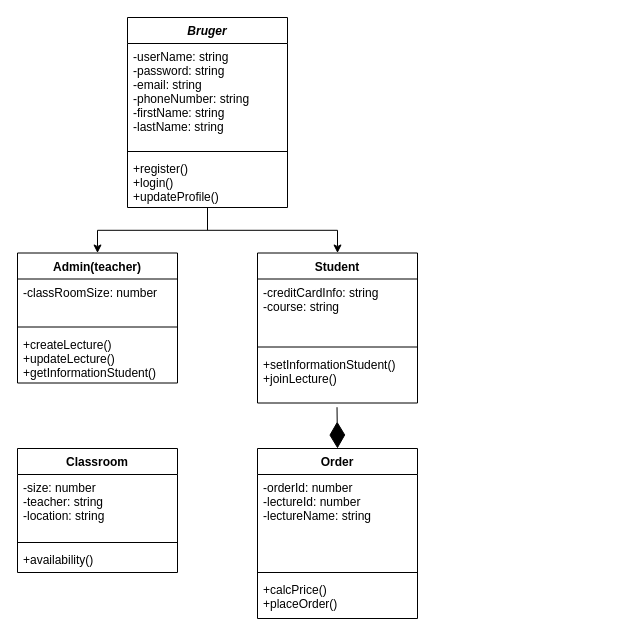
Before: Untitled Diagram.drawio in Niklas107/Gruppeprojekt-1, a draw.io diagram. Source tidied: cells renumbered, new cells numbered last; positions are measured from the earlier drawing's top-left corner, leaving out a move shared by most shapes. Both pictures are drawn from the tidied source at 100%, with x=0, y=0 at pixel (17, 17).
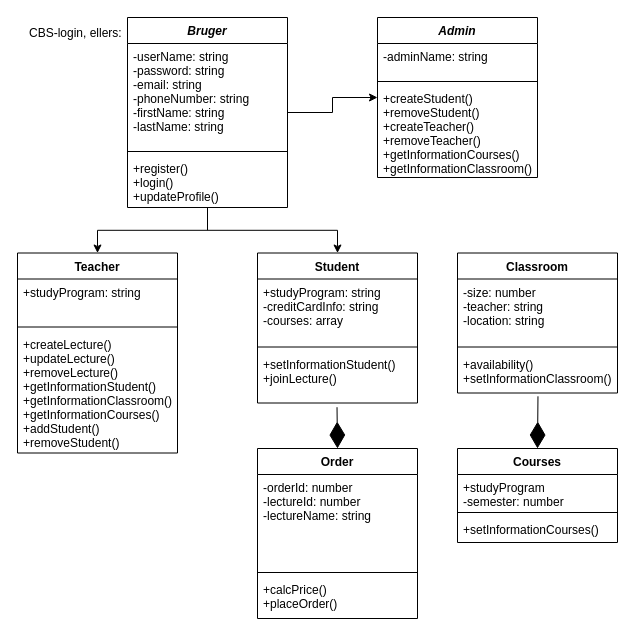
The same page after the edit.

Unchanged cells that the change refers to:
```xml
<mxCell id="4" value="Bruger" style="swimlane;fontStyle=3;align=center;verticalAlign=top;horizontal=1;startSize=26;" parent="1" vertex="1">
  <mxGeometry x="110" width="160" height="190" as="geometry" />
</mxCell>
<mxCell id="12" value="Student" style="swimlane;fontStyle=1;align=center;verticalAlign=top;horizontal=1;startSize=26;" parent="1" vertex="1">
  <mxGeometry x="240" y="235.5" width="160" height="150" as="geometry" />
</mxCell>
```

Change to the diagram source:
```diff
@@
+    <mxCell id="25" style="edgeStyle=orthogonalEdgeStyle;rounded=0;jettySize=auto;html=1;" parent="1" edge="1" source="4" target="26">
+      <mxGeometry relative="1" as="geometry" />
+    </mxCell>
@@
-    <mxCell id="5" value="-userName: string&#10;-password: string&#10;-email: string&#10;-phoneNumber: string&#10;-firstName: string&#10;-lastName: string&#10;&#10;" style="text;strokeColor=none;fillColor=none;align=left;verticalAlign=top;spacingLeft=4;spacingRight=4;overflow=hidden;" parent="4" vertex="1">
+    <mxCell id="5" value="-userName: string&#10;-password: string&#10;-email: string&#10;-phoneNumber: string&#10;-firstName: string&#10;-lastName: string&#10;" style="text;strokeColor=none;fillColor=none;align=left;verticalAlign=top;spacingLeft=4;spacingRight=4;overflow=hidden;" parent="4" vertex="1">
       <mxGeometry y="26" width="160" height="104" as="geometry" />
     </mxCell>
@@
+    <mxCell id="26" value="Admin" style="swimlane;fontStyle=3;align=center;verticalAlign=top;horizontal=1;startSize=26;" parent="1" vertex="1">
+      <mxGeometry x="360" width="160" height="160" as="geometry" />
+    </mxCell>
+    <mxCell id="27" value="-adminName: string" style="text;strokeColor=none;fillColor=none;align=left;verticalAlign=top;spacingLeft=4;spacingRight=4;overflow=hidden;" parent="26" vertex="1">
+      <mxGeometry y="26" width="160" height="34" as="geometry" />
+    </mxCell>
+    <mxCell id="28" style="line;strokeWidth=1;fillColor=none;align=left;verticalAlign=middle;spacingTop=-1;spacingLeft=3;spacingRight=3;labelPosition=right;" parent="26" vertex="1">
+      <mxGeometry y="60" width="160" height="8" as="geometry" />
+    </mxCell>
+    <mxCell id="29" value="+createStudent()&#10;+removeStudent()&#10;+createTeacher()&#10;+removeTeacher()&#10;+getInformationCourses()&#10;+getInformationClassroom()" style="text;strokeColor=none;fillColor=none;align=left;verticalAlign=top;spacingLeft=4;spacingRight=4;overflow=hidden;" parent="26" vertex="1">
+      <mxGeometry y="68" width="160" height="92" as="geometry" />
+    </mxCell>
-    <mxCell id="8" value="Admin(teacher)" style="swimlane;fontStyle=1;align=center;verticalAlign=top;horizontal=1;startSize=26;" parent="1" vertex="1">
-      <mxGeometry y="235.5" width="160" height="130" as="geometry" />
+    <mxCell id="8" value="Teacher" style="swimlane;fontStyle=1;align=center;verticalAlign=top;horizontal=1;startSize=26;" parent="1" vertex="1">
+      <mxGeometry y="235.5" width="160" height="200" as="geometry" />
     </mxCell>
-    <mxCell id="9" value="-classRoomSize: number&#10;" style="text;strokeColor=none;fillColor=none;align=left;verticalAlign=top;spacingLeft=4;spacingRight=4;overflow=hidden;" parent="8" vertex="1">
+    <mxCell id="9" value="+studyProgram: string&#10;" style="text;strokeColor=none;fillColor=none;align=left;verticalAlign=top;spacingLeft=4;spacingRight=4;overflow=hidden;" parent="8" vertex="1">
       <mxGeometry y="26" width="160" height="44" as="geometry" />
     </mxCell>
@@
-    <mxCell id="11" value="+createLecture()&#10;+updateLecture()&#10;+getInformationStudent()" style="text;strokeColor=none;fillColor=none;align=left;verticalAlign=top;spacingLeft=4;spacingRight=4;overflow=hidden;" parent="8" vertex="1">
-      <mxGeometry y="78" width="160" height="52" as="geometry" />
+    <mxCell id="11" value="+createLecture()&#10;+updateLecture()&#10;+removeLecture()&#10;+getInformationStudent()&#10;+getInformationClassroom()&#10;+getInformationCourses()&#10;+addStudent()&#10;+removeStudent()" style="text;strokeColor=none;fillColor=none;align=left;verticalAlign=top;spacingLeft=4;spacingRight=4;overflow=hidden;" parent="8" vertex="1">
+      <mxGeometry y="78" width="160" height="122" as="geometry" />
     </mxCell>
@@
-    <mxCell id="13" value="-creditCardInfo: string&#10;-course: string" style="text;strokeColor=none;fillColor=none;align=left;verticalAlign=top;spacingLeft=4;spacingRight=4;overflow=hidden;" parent="12" vertex="1">
+    <mxCell id="13" value="+studyProgram: string&#10;-creditCardInfo: string&#10;-courses: array" style="text;strokeColor=none;fillColor=none;align=left;verticalAlign=top;spacingLeft=4;spacingRight=4;overflow=hidden;" parent="12" vertex="1">
       <mxGeometry y="26" width="160" height="64" as="geometry" />
     </mxCell>
@@
     <mxCell id="20" value="Classroom" style="swimlane;fontStyle=1;align=center;verticalAlign=top;horizontal=1;startSize=26;" parent="1" vertex="1">
-      <mxGeometry y="431" width="160" height="124" as="geometry" />
+      <mxGeometry x="440" y="235.5" width="160" height="140" as="geometry" />
     </mxCell>
@@
-    <mxCell id="23" value="+availability()" style="text;strokeColor=none;fillColor=none;align=left;verticalAlign=top;spacingLeft=4;spacingRight=4;overflow=hidden;points=[[0,0.5],[1,0.5]];portConstraint=eastwest;" parent="20" vertex="1">
-      <mxGeometry y="98" width="160" height="26" as="geometry" />
+    <mxCell id="23" value="+availability()&#10;+setInformationClassroom()" style="text;strokeColor=none;fillColor=none;align=left;verticalAlign=top;spacingLeft=4;spacingRight=4;overflow=hidden;points=[[0,0.5],[1,0.5]];portConstraint=eastwest;" parent="20" vertex="1">
+      <mxGeometry y="98" width="160" height="42" as="geometry" />
     </mxCell>
@@
+    <mxCell id="30" value="CBS-login, ellers:" style="text;html=1;align=left;verticalAlign=top;spacingTop=-4;" parent="1" vertex="1">
+      <mxGeometry x="10" y="6" width="110" height="20" as="geometry" />
+    </mxCell>
+    <mxCell id="31" value="Courses" style="swimlane;fontStyle=1;align=center;verticalAlign=top;horizontal=1;startSize=26;" parent="1" vertex="1">
+      <mxGeometry x="440" y="431" width="160" height="94" as="geometry" />
+    </mxCell>
+    <mxCell id="32" value="+studyProgram&#10;-semester: number&#10;&#10;&#10;&#10;&#10;" style="text;strokeColor=none;fillColor=none;align=left;verticalAlign=top;spacingLeft=4;spacingRight=4;overflow=hidden;" parent="31" vertex="1">
+      <mxGeometry y="26" width="160" height="34" as="geometry" />
+    </mxCell>
+    <mxCell id="33" style="line;strokeWidth=1;fillColor=none;align=left;verticalAlign=middle;spacingTop=-1;spacingLeft=3;spacingRight=3;labelPosition=right;" parent="31" vertex="1">
+      <mxGeometry y="60" width="160" height="8" as="geometry" />
+    </mxCell>
+    <mxCell id="34" value="+setInformationCourses()" style="text;strokeColor=none;fillColor=none;align=left;verticalAlign=top;spacingLeft=4;spacingRight=4;overflow=hidden;" parent="31" vertex="1">
+      <mxGeometry y="68" width="160" height="26" as="geometry" />
+    </mxCell>
+    <mxCell id="35" style="endArrow=diamondThin;endFill=1;endSize=24;html=1;entryX=0.5;entryY=0;entryDx=0;entryDy=0;exitX=0.503;exitY=1.079;exitDx=0;exitDy=0;exitPerimeter=0;" parent="1" edge="1" source="23" target="31">
+      <mxGeometry relative="1" as="geometry" />
+    </mxCell>
```
